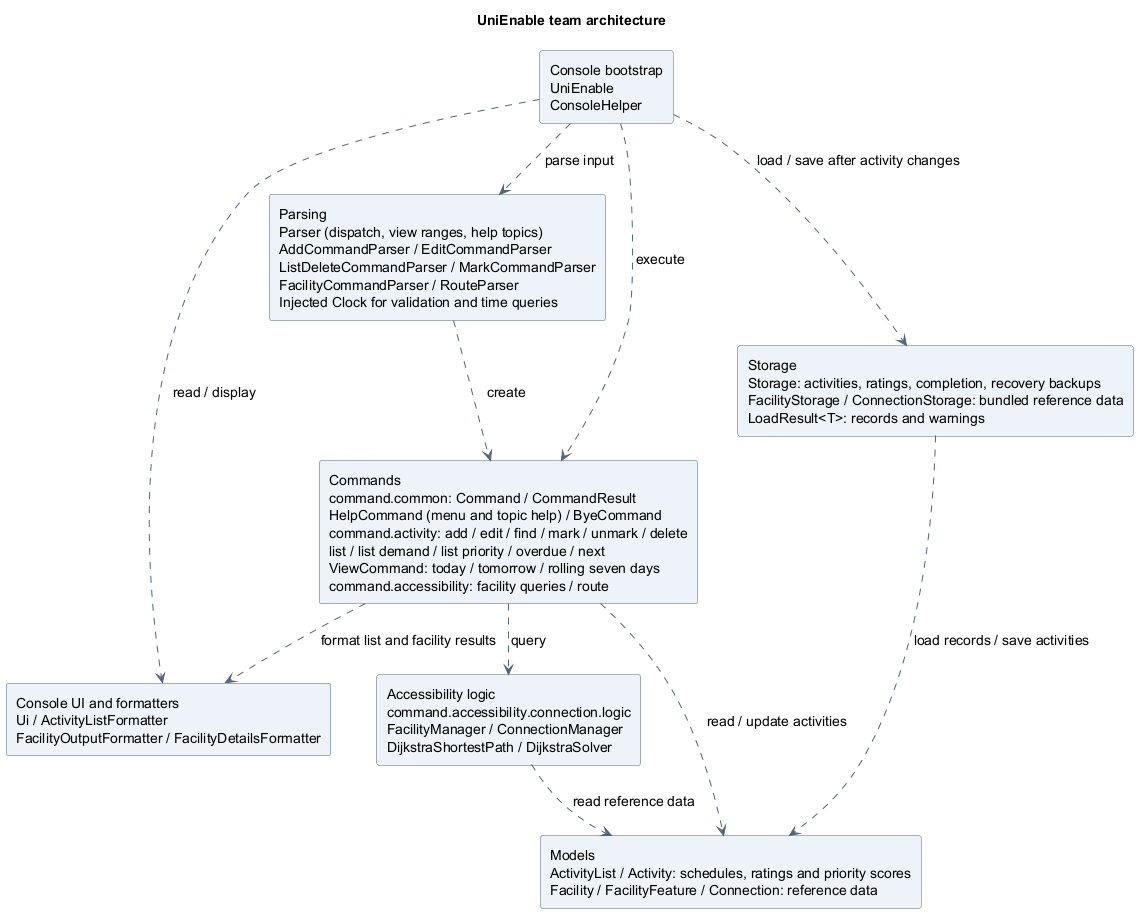
Above: docs/images/team/architecture/ArchitectureDiagram.png in AY2627S1-CS2113-T10-4/tp (PlantUML), before the change.
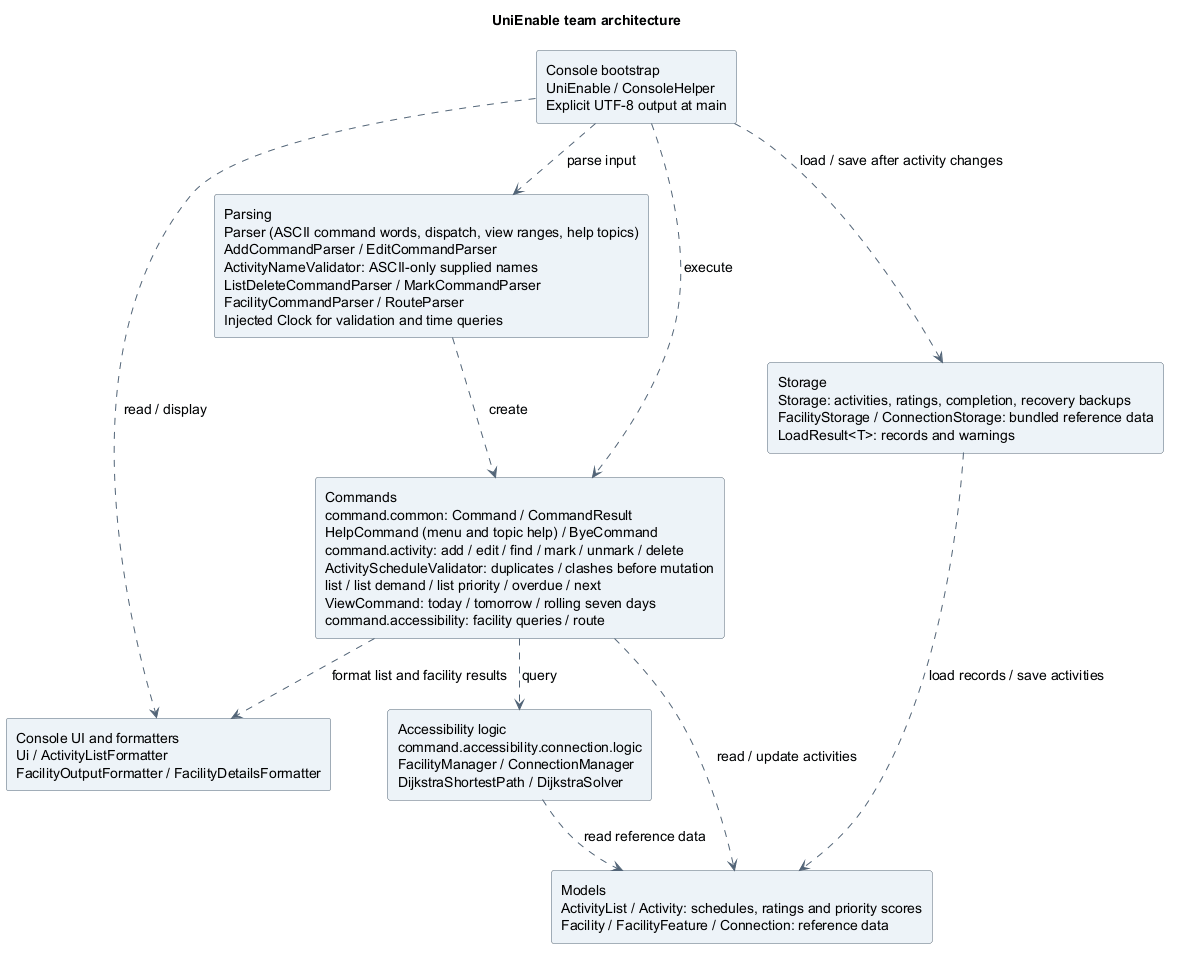
The same diagram one commit later.

Change to the diagram source:
```diff
@@ -14,10 +14,10 @@
 skinparam nodesep 45
 skinparam ranksep 50
 
-component "Console bootstrap\nUniEnable\nConsoleHelper" as Console
+component "Console bootstrap\nUniEnable / ConsoleHelper\nExplicit UTF-8 output at main" as Console
 component "Console UI and formatters\nUi / ActivityListFormatter\nFacilityOutputFormatter / FacilityDetailsFormatter" as UI
-component "Parsing\nParser (dispatch, view ranges, help topics)\nAddCommandParser / EditCommandParser\nListDeleteCommandParser / MarkCommandParser\nFacilityCommandParser / RouteParser\nInjected Clock for validation and time queries" as Parsing
-component "Commands\ncommand.common: Command / CommandResult\nHelpCommand (menu and topic help) / ByeCommand\ncommand.activity: add / edit / find / mark / unmark / delete\nlist / list demand / list priority / overdue / next\nViewCommand: today / tomorrow / rolling seven days\ncommand.accessibility: facility queries / route" as Commands
+component "Parsing\nParser (ASCII command words, dispatch, view ranges, help topics)\nAddCommandParser / EditCommandParser\nActivityNameValidator: ASCII-only supplied names\nListDeleteCommandParser / MarkCommandParser\nFacilityCommandParser / RouteParser\nInjected Clock for validation and time queries" as Parsing
+component "Commands\ncommand.common: Command / CommandResult\nHelpCommand (menu and topic help) / ByeCommand\ncommand.activity: add / edit / find / mark / unmark / delete\nActivityScheduleValidator: duplicates / clashes before mutation\nlist / list demand / list priority / overdue / next\nViewCommand: today / tomorrow / rolling seven days\ncommand.accessibility: facility queries / route" as Commands
 component "Storage\nStorage: activities, ratings, completion, recovery backups\nFacilityStorage / ConnectionStorage: bundled reference data\nLoadResult<T>: records and warnings" as Storage
 component "Accessibility logic\ncommand.accessibility.connection.logic\nFacilityManager / ConnectionManager\nDijkstraShortestPath / DijkstraSolver" as Accessibility
 component "Models\nActivityList / Activity: schedules, ratings and priority scores\nFacility / FacilityFeature / Connection: reference data" as Models
```
